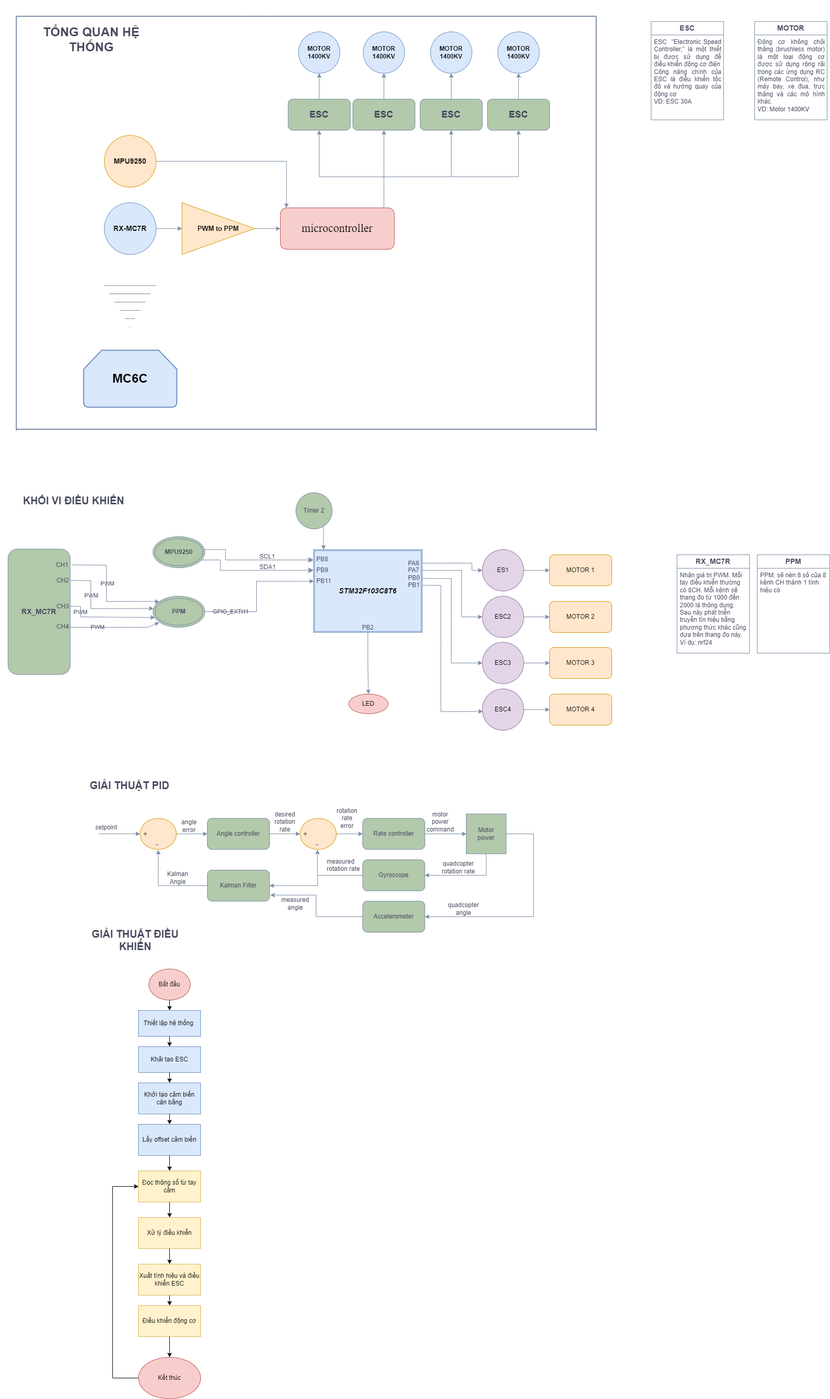
trung5522/fly keeps this draw.io diagram as Untitled Diagram.drawio.png. Above is the earlier version. Source tidied: cells renumbered, new cells last; positions are measured from the earlier drawing's top-left corner, leaving out a move shared by most shapes.
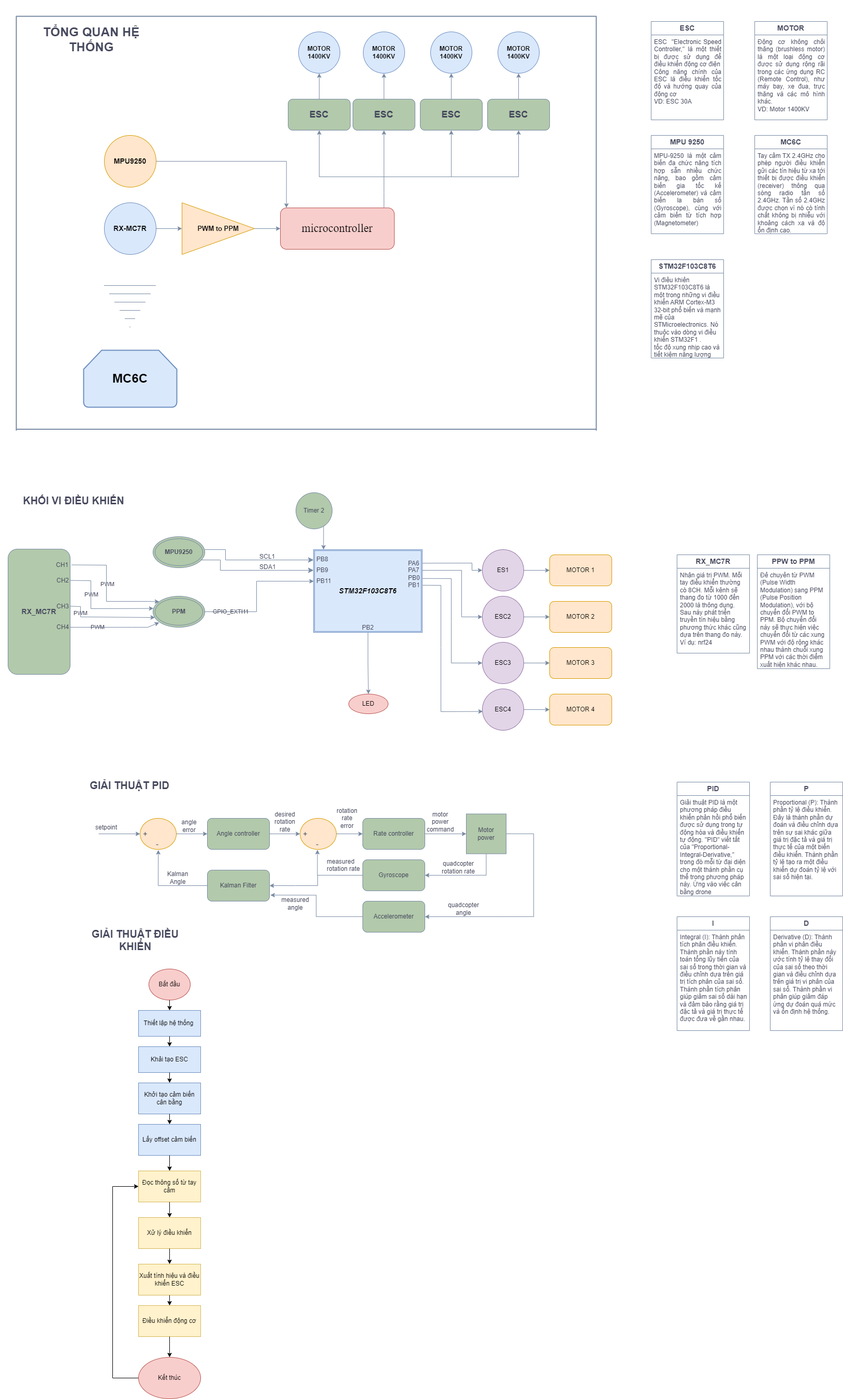
After the change.

Commit message:
Cập nhật Untitled Diagram.drawio.png

Diff of the diagram source:
```diff
@@ -481,11 +481,11 @@
     <mxCell id="118" value="Nhận giá trị PWM. Mỗi tay điều khiển thường có 8CH. Mỗi kênh sẽ thang đo từ 1000 đến 2000 là thông dụng. Sau này phát triển truyền tín hiệu bằng phương thức khác cũng dựa trên thang đo này. Ví dụ: nrf24" style="text;strokeColor=none;fillColor=none;align=left;verticalAlign=top;spacingLeft=4;spacingRight=4;overflow=hidden;whiteSpace=wrap;html=1;fontColor=#46495D;" parent="117" vertex="1">
       <mxGeometry y="26" width="140" height="164" as="geometry" />
     </mxCell>
-    <mxCell id="119" value="&lt;b style=&quot;border-color: var(--border-color); font-size: 14px;&quot;&gt;PPM&lt;/b&gt;" style="swimlane;fontStyle=0;horizontal=1;startSize=26;fillColor=none;whiteSpace=wrap;html=1;strokeColor=#788AA3;fontColor=#46495D;" parent="1" vertex="1">
-      <mxGeometry x="1461" y="1070" width="140" height="190" as="geometry" />
+    <mxCell id="119" value="&lt;b style=&quot;border-color: var(--border-color); font-size: 14px;&quot;&gt;PPW to PPM&lt;/b&gt;" style="swimlane;fontStyle=0;horizontal=1;startSize=26;fillColor=none;whiteSpace=wrap;html=1;strokeColor=#788AA3;fontColor=#46495D;" parent="1" vertex="1">
+      <mxGeometry x="1461" y="1070" width="140" height="220" as="geometry" />
     </mxCell>
-    <mxCell id="120" value="PPM: sẽ nén 8 số của 8 kênh CH thành 1 tính hiệu có&amp;nbsp;" style="text;strokeColor=none;fillColor=none;align=left;verticalAlign=top;spacingLeft=4;spacingRight=4;overflow=hidden;whiteSpace=wrap;html=1;fontColor=#46495D;" parent="119" vertex="1">
-      <mxGeometry y="26" width="140" height="164" as="geometry" />
+    <mxCell id="120" value="Để chuyển từ PWM (Pulse Width Modulation) sang PPM (Pulse Position Modulation), với bộ chuyển đổi PWM to PPM. Bộ chuyển đổi này sẽ thực hiện việc chuyển đổi từ các xung PWM với độ rộng khác nhau thành chuỗi xung PPM với các thời điểm xuất hiện khác nhau." style="text;strokeColor=none;fillColor=none;align=left;verticalAlign=top;spacingLeft=4;spacingRight=4;overflow=hidden;whiteSpace=wrap;html=1;fontColor=#46495D;" parent="119" vertex="1">
+      <mxGeometry y="26" width="140" height="194" as="geometry" />
     </mxCell>
     <mxCell id="121" value="Bắt đầu" style="ellipse;whiteSpace=wrap;html=1;fillColor=#f8cecc;strokeColor=#b85450;" parent="1" vertex="1">
       <mxGeometry x="286" y="1870" width="80" height="60" as="geometry" />
@@ -567,5 +567,47 @@
     <mxCell id="145" value="&lt;div style=&quot;text-align: justify;&quot;&gt;Động cơ không chổi thăng (brushless motor) là một loại động cơ được sử dụng rộng rãi trong các ứng dụng RC (Remote Control), như máy bay, xe đua, trực thăng và các mô hình khác.&amp;nbsp;&lt;br&gt;&lt;/div&gt;&lt;div style=&quot;text-align: justify;&quot;&gt;VD: Motor 1400KV&lt;/div&gt;" style="text;strokeColor=none;fillColor=none;align=left;verticalAlign=top;spacingLeft=4;spacingRight=4;overflow=hidden;whiteSpace=wrap;html=1;fontColor=#46495D;" parent="144" vertex="1">
       <mxGeometry y="26" width="140" height="164" as="geometry" />
     </mxCell>
+    <mxCell id="146" value="&lt;span style=&quot;font-size: 14px;&quot;&gt;&lt;b&gt;MPU 9250&lt;/b&gt;&lt;/span&gt;" style="swimlane;fontStyle=0;horizontal=1;startSize=26;fillColor=none;whiteSpace=wrap;html=1;strokeColor=#788AA3;fontColor=#46495D;" parent="1" vertex="1">
+      <mxGeometry x="1256" y="260" width="140" height="190" as="geometry" />
+    </mxCell>
+    <mxCell id="147" value="&lt;div style=&quot;text-align: justify;&quot;&gt;MPU-9250 là một cảm biến đa chức năng tích hợp sẵn nhiều chức năng, bao gồm cảm biến gia tốc kế (Accelerometer) và cảm biến la bàn số (Gyroscope), cùng với cảm biến từ tích hợp (Magnetometer)&amp;nbsp;&lt;/div&gt;" style="text;strokeColor=none;fillColor=none;align=left;verticalAlign=top;spacingLeft=4;spacingRight=4;overflow=hidden;whiteSpace=wrap;html=1;fontColor=#46495D;" parent="146" vertex="1">
+      <mxGeometry y="26" width="140" height="164" as="geometry" />
+    </mxCell>
+    <mxCell id="148" value="&lt;span style=&quot;font-size: 14px;&quot;&gt;&lt;b&gt;MC6C&lt;/b&gt;&lt;/span&gt;" style="swimlane;fontStyle=0;horizontal=1;startSize=26;fillColor=none;whiteSpace=wrap;html=1;strokeColor=#788AA3;fontColor=#46495D;" parent="1" vertex="1">
+      <mxGeometry x="1456" y="260" width="140" height="190" as="geometry" />
+    </mxCell>
+    <mxCell id="149" value="&lt;div style=&quot;text-align: justify;&quot;&gt;Tay cầm TX 2.4GHz cho phép người điều khiển gửi các tín hiệu từ xa tới thiết bị được điều khiển (receiver) thông qua sóng radio tần số 2.4GHz. Tần số 2.4GHz được chọn vì nó có tính chất không bị nhiễu với khoảng cách xa và độ ổn định cao.&lt;br&gt;&lt;/div&gt;" style="text;strokeColor=none;fillColor=none;align=left;verticalAlign=top;spacingLeft=4;spacingRight=4;overflow=hidden;whiteSpace=wrap;html=1;fontColor=#46495D;" parent="148" vertex="1">
+      <mxGeometry y="26" width="140" height="164" as="geometry" />
+    </mxCell>
+    <mxCell id="150" value="&lt;span style=&quot;font-size: 14px;&quot;&gt;&lt;b&gt;STM32F103C8T6&lt;/b&gt;&lt;/span&gt;" style="swimlane;fontStyle=0;horizontal=1;startSize=26;fillColor=none;whiteSpace=wrap;html=1;strokeColor=#788AA3;fontColor=#46495D;" parent="1" vertex="1">
+      <mxGeometry x="1256" y="500" width="140" height="190" as="geometry" />
+    </mxCell>
+    <mxCell id="151" value="&lt;div style=&quot;&quot;&gt;Vi điều khiển STM32F103C8T6 là một trong những vi điều khiển ARM Cortex-M3 32-bit phổ biến và mạnh mẽ của STMicroelectronics. Nó thuộc vào dòng vi điều khiển STM32F1 .&amp;nbsp;&lt;br&gt;&lt;/div&gt;&lt;div style=&quot;&quot;&gt;&lt;span style=&quot;background-color: initial;&quot;&gt;tốc độ xung nhịp cao và tiết kiệm năng lượng&lt;/span&gt;&lt;/div&gt;" style="text;strokeColor=none;fillColor=none;align=left;verticalAlign=top;spacingLeft=4;spacingRight=4;overflow=hidden;whiteSpace=wrap;html=1;fontColor=#46495D;" parent="150" vertex="1">
+      <mxGeometry y="26" width="140" height="164" as="geometry" />
+    </mxCell>
+    <mxCell id="152" value="&lt;span style=&quot;font-size: 14px;&quot;&gt;&lt;b&gt;PID&lt;/b&gt;&lt;/span&gt;" style="swimlane;fontStyle=0;horizontal=1;startSize=26;fillColor=none;whiteSpace=wrap;html=1;strokeColor=#788AA3;fontColor=#46495D;" parent="1" vertex="1">
+      <mxGeometry x="1306" y="1509" width="140" height="220" as="geometry" />
+    </mxCell>
+    <mxCell id="153" value="Giải thuật PID là một phương pháp điều khiển phản hồi phổ biến được sử dụng trong tự động hóa và điều khiển tự động. &quot;PID&quot; viết tắt của &quot;Proportional-Integral-Derivative,&quot; trong đó mỗi từ đại diện cho một thành phần cụ thể trong phương pháp này. Ứng vào việc cân bằng drone" style="text;strokeColor=none;fillColor=none;align=left;verticalAlign=top;spacingLeft=4;spacingRight=4;overflow=hidden;whiteSpace=wrap;html=1;fontColor=#46495D;" parent="152" vertex="1">
+      <mxGeometry y="26" width="140" height="194" as="geometry" />
+    </mxCell>
+    <mxCell id="154" value="&lt;span style=&quot;font-size: 14px;&quot;&gt;&lt;b&gt;P&lt;/b&gt;&lt;/span&gt;" style="swimlane;fontStyle=0;horizontal=1;startSize=26;fillColor=none;whiteSpace=wrap;html=1;strokeColor=#788AA3;fontColor=#46495D;" parent="1" vertex="1">
+      <mxGeometry x="1486" y="1509" width="140" height="220" as="geometry" />
+    </mxCell>
+    <mxCell id="155" value="Proportional (P): Thành phần tỷ lệ điều khiển. Đây là thành phần dự đoán và điều chỉnh dựa trên sự sai khác giữa giá trị đặc tả và giá trị thực tế của một biến điều khiển. Thành phần tỷ lệ tạo ra một điều khiển dự đoán tỷ lệ với sai số hiện tại." style="text;strokeColor=none;fillColor=none;align=left;verticalAlign=top;spacingLeft=4;spacingRight=4;overflow=hidden;whiteSpace=wrap;html=1;fontColor=#46495D;" parent="154" vertex="1">
+      <mxGeometry y="26" width="140" height="194" as="geometry" />
+    </mxCell>
+    <mxCell id="156" value="&lt;span style=&quot;font-size: 14px;&quot;&gt;&lt;b&gt;I&lt;/b&gt;&lt;/span&gt;" style="swimlane;fontStyle=0;horizontal=1;startSize=26;fillColor=none;whiteSpace=wrap;html=1;strokeColor=#788AA3;fontColor=#46495D;" parent="1" vertex="1">
+      <mxGeometry x="1306" y="1769" width="140" height="220" as="geometry" />
+    </mxCell>
+    <mxCell id="157" value="Integral (I): Thành phần tích phân điều khiển. Thành phần này tính toán tổng lũy tiến của sai số trong thời gian và điều chỉnh dựa trên giá trị tích phân của sai số. Thành phần tích phân giúp giảm sai số dài hạn và đảm bảo rằng giá trị đặc tả và giá trị thực tế được đưa về gần nhau." style="text;strokeColor=none;fillColor=none;align=left;verticalAlign=top;spacingLeft=4;spacingRight=4;overflow=hidden;whiteSpace=wrap;html=1;fontColor=#46495D;" parent="156" vertex="1">
+      <mxGeometry y="26" width="140" height="194" as="geometry" />
+    </mxCell>
+    <mxCell id="158" value="&lt;span style=&quot;font-size: 14px;&quot;&gt;&lt;b&gt;D&lt;/b&gt;&lt;/span&gt;" style="swimlane;fontStyle=0;horizontal=1;startSize=26;fillColor=none;whiteSpace=wrap;html=1;strokeColor=#788AA3;fontColor=#46495D;" parent="1" vertex="1">
+      <mxGeometry x="1486" y="1769" width="140" height="220" as="geometry" />
+    </mxCell>
+    <mxCell id="159" value="Derivative (D): Thành phần vi phân điều khiển. Thành phần này ước tính tỷ lệ thay đổi của sai số theo thời gian và điều chỉnh dựa trên giá trị vi phân của sai số. Thành phần vi phân giúp giảm đáp ứng dự đoán quá mức và ổn định hệ thống." style="text;strokeColor=none;fillColor=none;align=left;verticalAlign=top;spacingLeft=4;spacingRight=4;overflow=hidden;whiteSpace=wrap;html=1;fontColor=#46495D;" parent="158" vertex="1">
+      <mxGeometry y="26" width="140" height="194" as="geometry" />
+    </mxCell>
   </root>
 </mxGraphModel>
```
